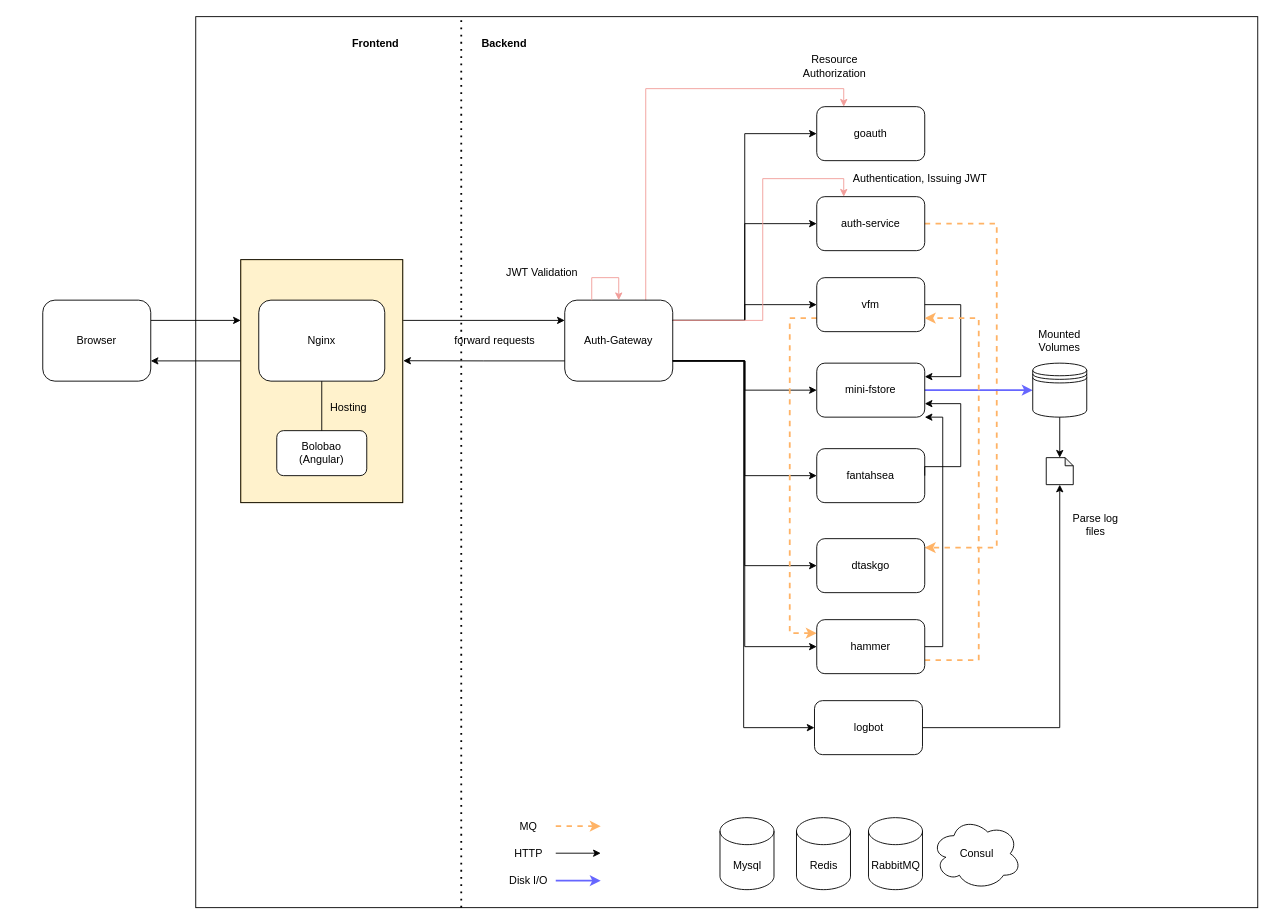
This is system-overview.drawio from CurtisNewbie/system-overview, a draw.io file, before an edit. Source tidied: cells renumbered, new cells numbered last; positions are measured from the earlier drawing's top-left corner, leaving out a move shared by most shapes. Both pictures are drawn from the tidied source at 90%, with x=0, y=0 at pixel (42, 16).
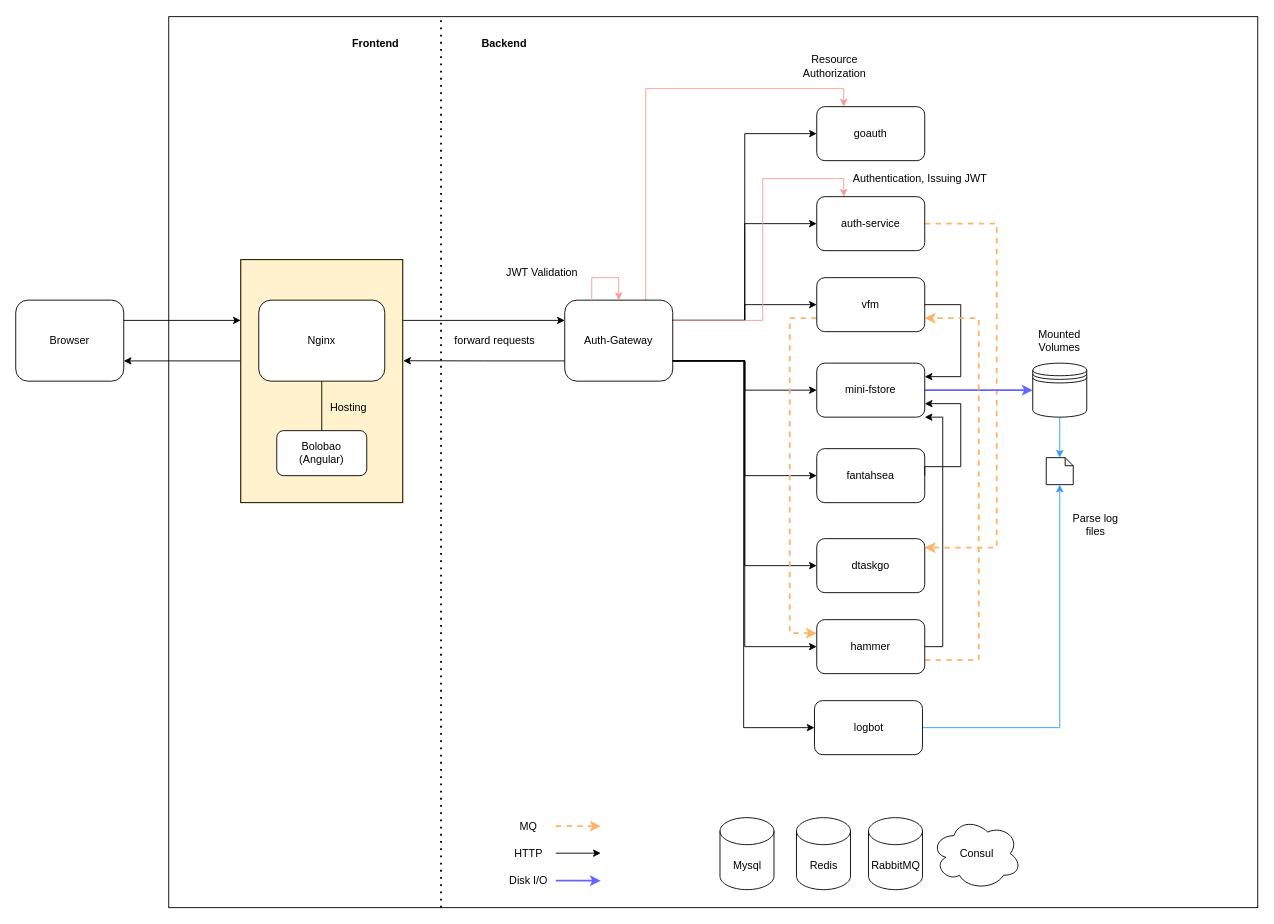
The same diagram, later.

The change refers to these unchanged cells:
```xml
<mxCell id="42" style="shape=datastore;whiteSpace=wrap;html=1;fillColor=none;" parent="1" vertex="1">
  <mxGeometry x="1100" y="385" width="60" height="60" as="geometry" />
</mxCell>
<mxCell id="61" value="logbot" style="rounded=1;whiteSpace=wrap;html=1;" parent="1" vertex="1">
  <mxGeometry x="857.5" y="760" width="120" height="60" as="geometry" />
</mxCell>
<mxCell id="63" style="shape=note;whiteSpace=wrap;html=1;backgroundOutline=1;darkOpacity=0.05;size=9;" parent="1" vertex="1">
  <mxGeometry x="1115" y="490" width="30" height="30" as="geometry" />
</mxCell>
```

Diff of the diagram source:
```diff
@@
     <mxCell id="2" style="rounded=0;whiteSpace=wrap;html=1;fillColor=none;" parent="1" vertex="1">
-      <mxGeometry x="170" width="1180" height="990" as="geometry" />
+      <mxGeometry x="140" width="1210" height="990" as="geometry" />
     </mxCell>
@@
     <mxCell id="4" value="Browser" style="rounded=1;whiteSpace=wrap;html=1;" parent="1" vertex="1">
-      <mxGeometry y="315" width="120" height="90" as="geometry" />
+      <mxGeometry x="-30" y="315" width="120" height="90" as="geometry" />
     </mxCell>
@@
-    <mxCell id="41" style="edgeStyle=orthogonalEdgeStyle;rounded=0;jettySize=auto;html=1;exitX=0.5;exitY=1;exitDx=0;exitDy=0;entryX=0.5;entryY=0;entryDx=0;entryDy=0;entryPerimeter=0;" parent="1" edge="1" source="42" target="63">
+    <mxCell id="41" style="edgeStyle=orthogonalEdgeStyle;rounded=0;jettySize=auto;html=1;exitX=0.5;exitY=1;exitDx=0;exitDy=0;entryX=0.5;entryY=0;entryDx=0;entryDy=0;entryPerimeter=0;strokeColor=#3399FF;" parent="1" edge="1" source="42" target="63">
       <mxGeometry relative="1" as="geometry" />
     </mxCell>
@@
-    <mxCell id="60" style="edgeStyle=orthogonalEdgeStyle;rounded=0;jettySize=auto;html=1;exitX=1;exitY=0.5;exitDx=0;exitDy=0;entryX=0.5;entryY=1;entryDx=0;entryDy=0;entryPerimeter=0;" parent="1" edge="1" source="61" target="63">
+    <mxCell id="60" style="edgeStyle=orthogonalEdgeStyle;rounded=0;jettySize=auto;html=1;exitX=1;exitY=0.5;exitDx=0;exitDy=0;entryX=0.5;entryY=1;entryDx=0;entryDy=0;entryPerimeter=0;strokeColor=#3399FF;" parent="1" edge="1" source="61" target="63">
       <mxGeometry relative="1" as="geometry" />
     </mxCell>
```
